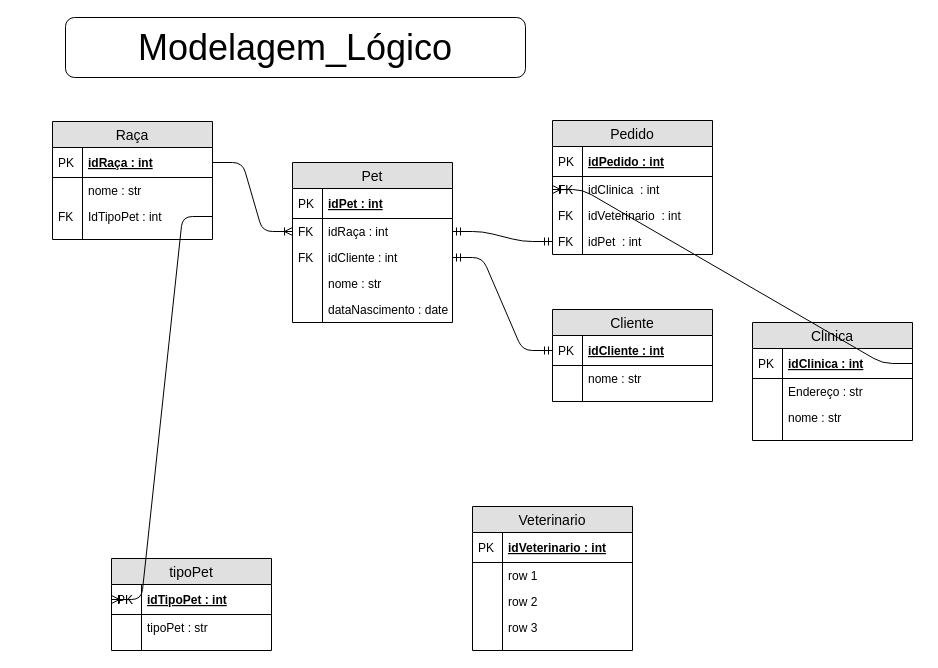
The draw.io diagram page "Page-2" (2 of 2) of Modelagem - PcClinics/ModelagemPcClinics (1).drawio in amadorsenai/Banco-de-dados---S12T, before the edit. Source tidied: cells renumbered, new cells numbered last; positions are measured from the earlier drawing's top-left corner, leaving out a move shared by most shapes. Both pictures are drawn from the tidied source at 100%, with x=0, y=0 at pixel (52, 17).
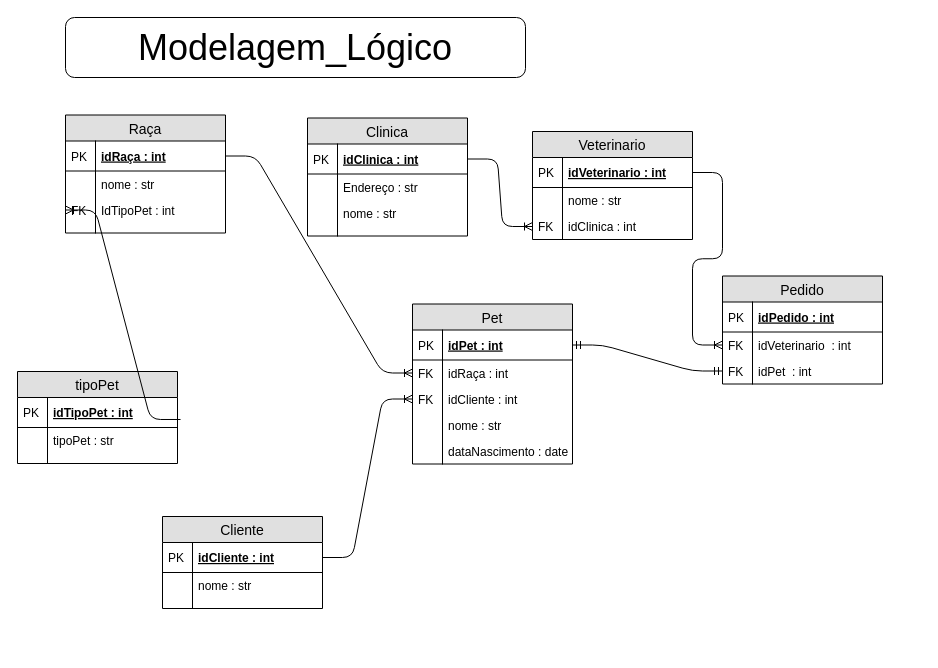
The same diagram, later.

The change refers to these unchanged cells:
```xml
<mxCell id="4" value="idClinica : int" style="shape=partialRectangle;top=0;left=0;right=0;bottom=1;align=left;verticalAlign=middle;fillColor=none;spacingLeft=34;spacingRight=4;overflow=hidden;points=[[0,0.5],[1,0.5]];portConstraint=eastwest;fontStyle=5;fontSize=12;" parent="3" vertex="1">
  <mxGeometry y="26" width="160" height="30" as="geometry" />
</mxCell>
<mxCell id="13" value="idPet : int" style="shape=partialRectangle;top=0;left=0;right=0;bottom=1;align=left;verticalAlign=middle;fillColor=none;spacingLeft=34;spacingRight=4;overflow=hidden;points=[[0,0.5],[1,0.5]];portConstraint=eastwest;fontStyle=5;fontSize=12;" parent="12" vertex="1">
  <mxGeometry y="26" width="160" height="30" as="geometry" />
</mxCell>
<mxCell id="15" value="idRaça : int" style="shape=partialRectangle;top=0;left=0;right=0;bottom=0;align=left;verticalAlign=top;fillColor=none;spacingLeft=34;spacingRight=4;overflow=hidden;points=[[0,0.5],[1,0.5]];portConstraint=eastwest;fontSize=12;" parent="12" vertex="1">
  <mxGeometry y="56" width="160" height="26" as="geometry" />
</mxCell>
<mxCell id="17" value="idCliente : int" style="shape=partialRectangle;top=0;left=0;right=0;bottom=0;align=left;verticalAlign=top;fillColor=none;spacingLeft=34;spacingRight=4;overflow=hidden;points=[[0,0.5],[1,0.5]];portConstraint=eastwest;fontSize=12;" parent="12" vertex="1">
  <mxGeometry y="82" width="160" height="26" as="geometry" />
</mxCell>
<mxCell id="24" value="idTipoPet : int" style="shape=partialRectangle;top=0;left=0;right=0;bottom=1;align=left;verticalAlign=middle;fillColor=none;spacingLeft=34;spacingRight=4;overflow=hidden;points=[[0,0.5],[1,0.5]];portConstraint=eastwest;fontStyle=5;fontSize=12;" parent="23" vertex="1">
  <mxGeometry y="26" width="160" height="30" as="geometry" />
</mxCell>
<mxCell id="35" value="IdTipoPet : int" style="shape=partialRectangle;top=0;left=0;right=0;bottom=0;align=left;verticalAlign=top;fillColor=none;spacingLeft=34;spacingRight=4;overflow=hidden;points=[[0,0.5],[1,0.5]];portConstraint=eastwest;fontSize=12;" parent="30" vertex="1">
  <mxGeometry y="82" width="160" height="26" as="geometry" />
</mxCell>
<mxCell id="42" value="idCliente : int" style="shape=partialRectangle;top=0;left=0;right=0;bottom=1;align=left;verticalAlign=middle;fillColor=none;spacingLeft=34;spacingRight=4;overflow=hidden;points=[[0,0.5],[1,0.5]];portConstraint=eastwest;fontStyle=5;fontSize=12;" parent="41" vertex="1">
  <mxGeometry y="26" width="160" height="30" as="geometry" />
</mxCell>
<mxCell id="61" value="idVeterinario : int" style="shape=partialRectangle;top=0;left=0;right=0;bottom=1;align=left;verticalAlign=middle;fillColor=none;spacingLeft=34;spacingRight=4;overflow=hidden;points=[[0,0.5],[1,0.5]];portConstraint=eastwest;fontStyle=5;fontSize=12;" parent="60" vertex="1">
  <mxGeometry y="26" width="160" height="30" as="geometry" />
</mxCell>
```

Diff of the diagram source:
```diff
@@
     <mxCell id="3" value="Clinica" style="swimlane;fontStyle=0;horizontal=1;startSize=26;fillColor=#e0e0e0;swimlaneFillColor=#ffffff;align=center;fontSize=14;" parent="1" vertex="1">
-      <mxGeometry x="700" y="305" width="160" height="118" as="geometry" />
+      <mxGeometry x="255" y="100.5" width="160" height="118" as="geometry" />
     </mxCell>
@@
     <mxCell id="12" value="Pet" style="swimlane;fontStyle=0;horizontal=1;startSize=26;fillColor=#e0e0e0;swimlaneFillColor=#ffffff;align=center;fontSize=14;" parent="1" vertex="1">
-      <mxGeometry x="240" y="145" width="160" height="160" as="geometry" />
+      <mxGeometry x="360" y="286.5" width="160" height="160" as="geometry" />
     </mxCell>
@@
     <mxCell id="23" value="tipoPet" style="swimlane;fontStyle=0;horizontal=1;startSize=26;fillColor=#e0e0e0;swimlaneFillColor=#ffffff;align=center;fontSize=14;" parent="1" vertex="1">
-      <mxGeometry x="59" y="541" width="160" height="92" as="geometry" />
+      <mxGeometry x="-35" y="354" width="160" height="92" as="geometry" />
     </mxCell>
@@
     <mxCell id="30" value="Raça" style="swimlane;fontStyle=0;horizontal=1;startSize=26;fillColor=#e0e0e0;swimlaneFillColor=#ffffff;align=center;fontSize=14;" parent="1" vertex="1">
-      <mxGeometry y="104" width="160" height="118" as="geometry" />
+      <mxGeometry x="13" y="97.5" width="160" height="118" as="geometry" />
     </mxCell>
@@
-    <mxCell id="39" style="edgeStyle=entityRelationEdgeStyle;fontSize=12;html=1;endArrow=ERoneToMany;exitX=1;exitY=0.5;exitDx=0;exitDy=0;entryX=0;entryY=0.5;entryDx=0;entryDy=0;" parent="1" edge="1" source="35" target="24">
+    <mxCell id="39" style="edgeStyle=entityRelationEdgeStyle;fontSize=12;html=1;endArrow=ERoneToMany;entryX=0;entryY=0.5;entryDx=0;entryDy=0;exitX=1.019;exitY=0.733;exitDx=0;exitDy=0;exitPerimeter=0;" parent="1" edge="1" source="24" target="35">
       <mxGeometry relative="1" as="geometry" />
     </mxCell>
@@
     <mxCell id="41" value="Cliente" style="swimlane;fontStyle=0;horizontal=1;startSize=26;fillColor=#e0e0e0;swimlaneFillColor=#ffffff;align=center;fontSize=14;" parent="1" vertex="1">
-      <mxGeometry x="500" y="292" width="160" height="92" as="geometry" />
+      <mxGeometry x="110" y="499" width="160" height="92" as="geometry" />
     </mxCell>
@@
-    <mxCell id="48" style="edgeStyle=entityRelationEdgeStyle;fontSize=12;html=1;endArrow=ERmandOne;startArrow=ERmandOne;entryX=0;entryY=0.5;entryDx=0;entryDy=0;exitX=1;exitY=0.5;exitDx=0;exitDy=0;" parent="1" edge="1" source="17" target="42">
-      <mxGeometry relative="1" as="geometry" />
-    </mxCell>
     <mxCell id="49" value="Pedido" style="swimlane;fontStyle=0;horizontal=1;startSize=26;fillColor=#e0e0e0;swimlaneFillColor=#ffffff;align=center;fontSize=14;" parent="1" vertex="1">
-      <mxGeometry x="500" y="103" width="160" height="134" as="geometry" />
+      <mxGeometry x="670" y="258.5" width="160" height="108" as="geometry" />
     </mxCell>
@@
-    <mxCell id="52" value="idClinica  : int" style="shape=partialRectangle;top=0;left=0;right=0;bottom=0;align=left;verticalAlign=top;fillColor=none;spacingLeft=34;spacingRight=4;overflow=hidden;points=[[0,0.5],[1,0.5]];portConstraint=eastwest;fontSize=12;" parent="49" vertex="1">
-      <mxGeometry y="56" width="160" height="26" as="geometry" />
-    </mxCell>
-    <mxCell id="53" value="FK" style="shape=partialRectangle;top=0;left=0;bottom=0;fillColor=none;align=left;verticalAlign=top;spacingLeft=4;spacingRight=4;overflow=hidden;fontSize=12;" parent="52" vertex="1">
-      <mxGeometry width="30" height="26" as="geometry" />
-    </mxCell>
     <mxCell id="54" value="idVeterinario  : int" style="shape=partialRectangle;top=0;left=0;right=0;bottom=0;align=left;verticalAlign=top;fillColor=none;spacingLeft=34;spacingRight=4;overflow=hidden;points=[[0,0.5],[1,0.5]];portConstraint=eastwest;fontSize=12;" parent="49" vertex="1">
-      <mxGeometry y="82" width="160" height="26" as="geometry" />
+      <mxGeometry y="56" width="160" height="26" as="geometry" />
     </mxCell>
@@
     <mxCell id="56" value="idPet  : int" style="shape=partialRectangle;top=0;left=0;right=0;bottom=0;align=left;verticalAlign=top;fillColor=none;spacingLeft=34;spacingRight=4;overflow=hidden;points=[[0,0.5],[1,0.5]];portConstraint=eastwest;fontSize=12;" parent="49" vertex="1">
-      <mxGeometry y="108" width="160" height="26" as="geometry" />
+      <mxGeometry y="82" width="160" height="26" as="geometry" />
     </mxCell>
@@
-    <mxCell id="58" style="edgeStyle=entityRelationEdgeStyle;fontSize=12;html=1;endArrow=ERmandOne;startArrow=ERmandOne;entryX=0;entryY=0.5;entryDx=0;entryDy=0;exitX=1;exitY=0.5;exitDx=0;exitDy=0;" parent="1" edge="1" source="15" target="56">
+    <mxCell id="58" style="edgeStyle=entityRelationEdgeStyle;fontSize=12;html=1;endArrow=ERmandOne;startArrow=ERmandOne;entryX=0;entryY=0.5;entryDx=0;entryDy=0;exitX=1;exitY=0.5;exitDx=0;exitDy=0;" parent="1" edge="1" source="13" target="56">
       <mxGeometry relative="1" as="geometry" />
     </mxCell>
-    <mxCell id="59" style="edgeStyle=entityRelationEdgeStyle;fontSize=12;html=1;endArrow=ERoneToMany;exitX=1;exitY=0.5;exitDx=0;exitDy=0;entryX=0;entryY=0.5;entryDx=0;entryDy=0;" parent="1" edge="1" source="4" target="52">
-      <mxGeometry relative="1" as="geometry" />
-    </mxCell>
     <mxCell id="60" value="Veterinario" style="swimlane;fontStyle=0;horizontal=1;startSize=26;fillColor=#e0e0e0;swimlaneFillColor=#ffffff;align=center;fontSize=14;" parent="1" vertex="1">
-      <mxGeometry x="420" y="489" width="160" height="144" as="geometry" />
+      <mxGeometry x="480" y="114" width="160" height="108" as="geometry" />
     </mxCell>
@@
-    <mxCell id="63" value="row 1" style="shape=partialRectangle;top=0;left=0;right=0;bottom=0;align=left;verticalAlign=top;fillColor=none;spacingLeft=34;spacingRight=4;overflow=hidden;fontSize=12;" parent="60" vertex="1">
+    <mxCell id="63" value="nome : str" style="shape=partialRectangle;top=0;left=0;right=0;bottom=0;align=left;verticalAlign=top;fillColor=none;spacingLeft=34;spacingRight=4;overflow=hidden;fontSize=12;" parent="60" vertex="1">
       <mxGeometry y="56" width="160" height="26" as="geometry" />
     </mxCell>
@@
-    <mxCell id="65" value="row 2" style="shape=partialRectangle;top=0;left=0;right=0;bottom=0;align=left;verticalAlign=top;fillColor=none;spacingLeft=34;spacingRight=4;overflow=hidden;points=[[0,0.5],[1,0.5]];portConstraint=eastwest;fontSize=12;" parent="60" vertex="1">
+    <mxCell id="65" value="idClinica : int" style="shape=partialRectangle;top=0;left=0;right=0;bottom=0;align=left;verticalAlign=top;fillColor=none;spacingLeft=34;spacingRight=4;overflow=hidden;points=[[0,0.5],[1,0.5]];portConstraint=eastwest;fontSize=12;" parent="60" vertex="1">
       <mxGeometry y="82" width="160" height="26" as="geometry" />
     </mxCell>
-    <mxCell id="66" style="shape=partialRectangle;top=0;left=0;bottom=0;fillColor=none;align=left;verticalAlign=top;spacingLeft=4;spacingRight=4;overflow=hidden;fontSize=12;" parent="65" vertex="1">
+    <mxCell id="66" value="FK" style="shape=partialRectangle;top=0;left=0;bottom=0;fillColor=none;align=left;verticalAlign=top;spacingLeft=4;spacingRight=4;overflow=hidden;fontSize=12;" parent="65" vertex="1">
       <mxGeometry width="30" height="26" as="geometry" />
     </mxCell>
-    <mxCell id="67" value="row 3" style="shape=partialRectangle;top=0;left=0;right=0;bottom=0;align=left;verticalAlign=top;fillColor=none;spacingLeft=34;spacingRight=4;overflow=hidden;fontSize=12;" parent="60" vertex="1">
-      <mxGeometry y="108" width="160" height="26" as="geometry" />
-    </mxCell>
-    <mxCell id="68" style="shape=partialRectangle;top=0;left=0;bottom=0;fillColor=none;align=left;verticalAlign=top;spacingLeft=4;spacingRight=4;overflow=hidden;fontSize=12;" parent="67" vertex="1">
-      <mxGeometry width="30" height="26" as="geometry" />
-    </mxCell>
-    <mxCell id="69" style="shape=partialRectangle;top=0;left=0;right=0;bottom=0;align=left;verticalAlign=top;fillColor=none;spacingLeft=34;spacingRight=4;overflow=hidden;fontSize=12;" parent="60" vertex="1">
-      <mxGeometry y="134" width="160" height="10" as="geometry" />
-    </mxCell>
-    <mxCell id="70" style="shape=partialRectangle;top=0;left=0;bottom=0;fillColor=none;align=left;verticalAlign=top;spacingLeft=4;spacingRight=4;overflow=hidden;fontSize=12;" parent="69" vertex="1">
-      <mxGeometry width="30" height="10" as="geometry" />
-    </mxCell>
+    <mxCell id="71" style="edgeStyle=entityRelationEdgeStyle;fontSize=12;html=1;endArrow=ERoneToMany;entryX=0;entryY=0.5;entryDx=0;entryDy=0;exitX=1;exitY=0.5;exitDx=0;exitDy=0;" parent="1" edge="1" source="42" target="17">
+      <mxGeometry relative="1" as="geometry" />
+    </mxCell>
+    <mxCell id="72" style="edgeStyle=entityRelationEdgeStyle;fontSize=12;html=1;endArrow=ERoneToMany;entryX=0;entryY=0.5;entryDx=0;entryDy=0;exitX=1;exitY=0.5;exitDx=0;exitDy=0;" parent="1" edge="1" source="4" target="65">
+      <mxGeometry relative="1" as="geometry" />
+    </mxCell>
+    <mxCell id="73" style="edgeStyle=entityRelationEdgeStyle;fontSize=12;html=1;endArrow=ERoneToMany;entryX=0;entryY=0.5;entryDx=0;entryDy=0;exitX=1;exitY=0.5;exitDx=0;exitDy=0;" parent="1" edge="1" source="61" target="54">
+      <mxGeometry relative="1" as="geometry" />
+    </mxCell>
```
